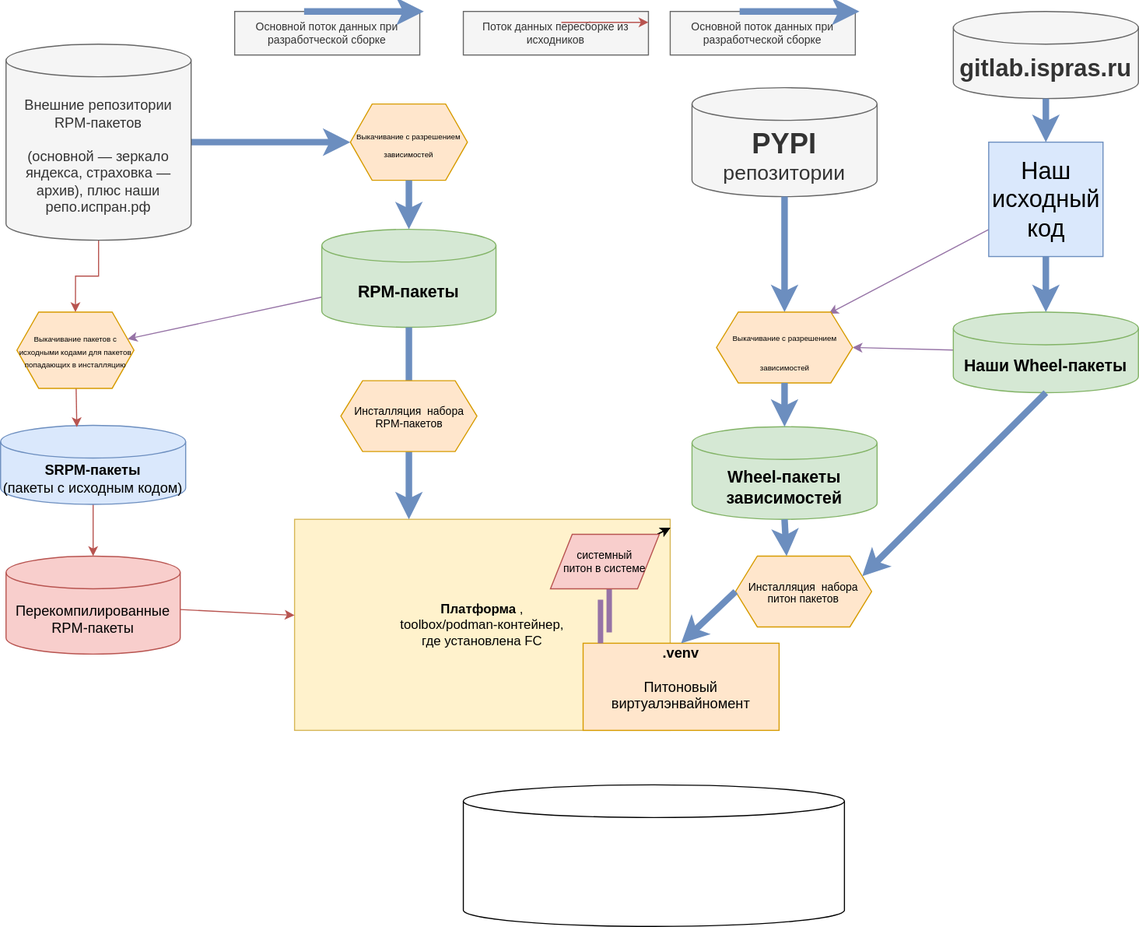
Before: docs/ta-concept.drawio.svg, a diagram exported from draw.io (belonesox/terrarium_assembler). Source tidied: cells renumbered, new cells last; positions are measured from the earlier drawing's top-left corner, leaving out a move shared by most shapes.
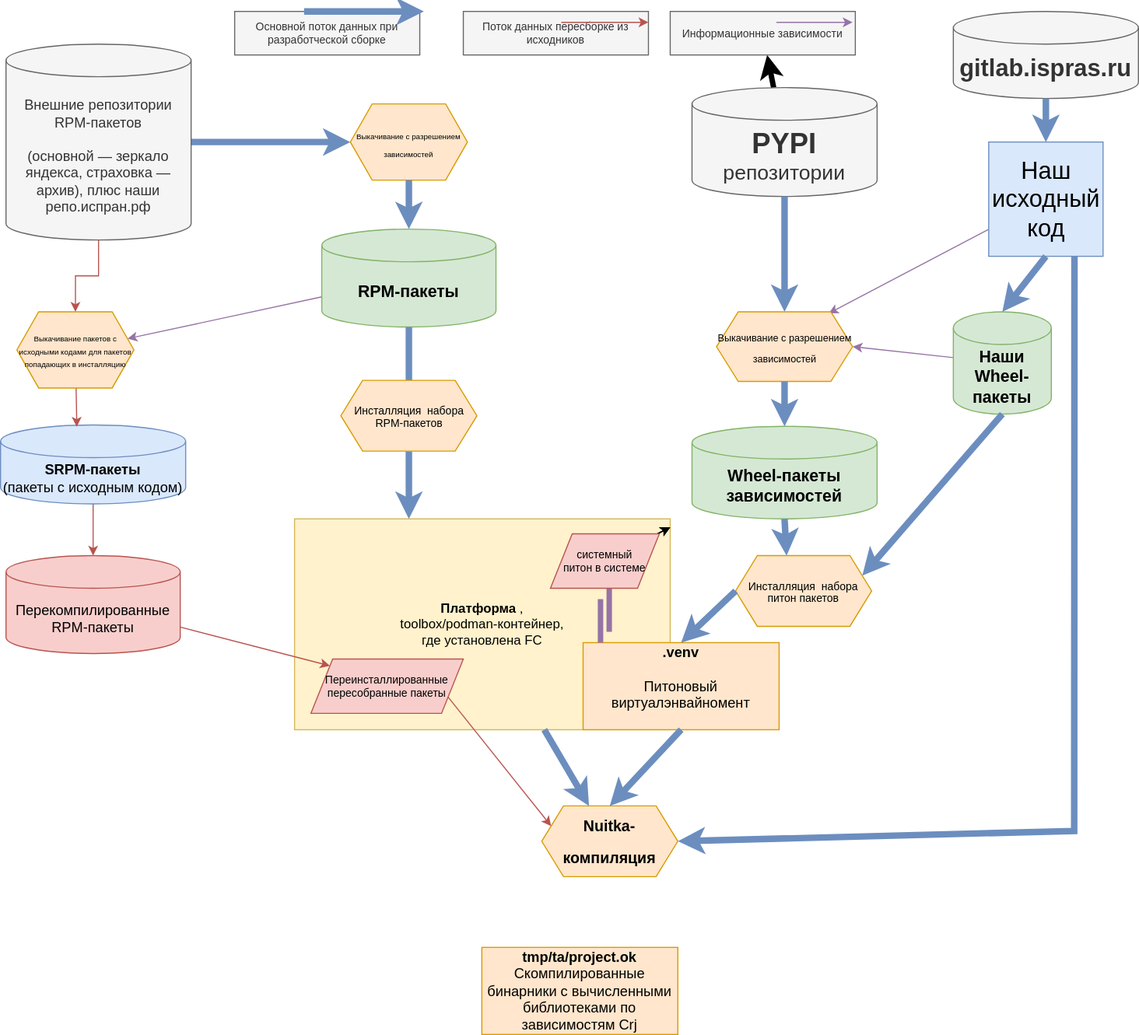
Above is the later version.

Diff of the diagram source:
```diff
@@ -22,15 +22,12 @@
     <mxCell id="6" value="&lt;h3&gt;&lt;font color=&quot;#000000&quot;&gt;RPM-пакеты&lt;/font&gt;&lt;/h3&gt;" style="shape=cylinder3;whiteSpace=wrap;html=1;boundedLbl=1;backgroundOutline=1;size=15;fontSize=13;fillColor=#d5e8d4;strokeColor=#82b366;" parent="1" vertex="1">
       <mxGeometry x="295" y="200" width="160" height="90" as="geometry" />
     </mxCell>
-    <mxCell id="7" style="edgeStyle=none;html=1;fontSize=22;fontColor=#000000;fillColor=#f8cecc;strokeColor=#b85450;" parent="1" edge="1" source="8" target="2">
+    <mxCell id="7" style="edgeStyle=none;html=1;fontSize=22;fontColor=#000000;fillColor=#f8cecc;strokeColor=#b85450;entryX=0;entryY=0;entryDx=0;entryDy=0;" parent="1" edge="1" source="8" target="57">
       <mxGeometry relative="1" as="geometry" />
     </mxCell>
     <mxCell id="8" value="&lt;span style=&quot;&quot;&gt;&lt;font color=&quot;#000000&quot;&gt;Перекомпилированные RPM-пакеты&lt;/font&gt;&lt;/span&gt;" style="shape=cylinder3;whiteSpace=wrap;html=1;boundedLbl=1;backgroundOutline=1;size=15;fontSize=13;fillColor=#f8cecc;strokeColor=#b85450;" parent="1" vertex="1">
       <mxGeometry x="5" y="500" width="160" height="90" as="geometry" />
     </mxCell>
-    <mxCell id="9" style="shape=cylinder3;whiteSpace=wrap;html=1;boundedLbl=1;backgroundOutline=1;size=15;fontSize=13;" parent="1" vertex="1">
-      <mxGeometry x="425" y="710" width="350" height="130" as="geometry" />
-    </mxCell>
     <mxCell id="10" style="edgeStyle=orthogonalEdgeStyle;rounded=0;jettySize=auto;html=1;fontSize=13;strokeWidth=6;entryX=0;entryY=0.5;entryDx=0;entryDy=0;fillColor=#dae8fc;strokeColor=#6c8ebf;" parent="1" edge="1" source="12" target="28">
       <mxGeometry relative="1" as="geometry" />
     </mxCell>
@@ -46,6 +43,9 @@
     <mxCell id="14" value="&lt;font color=&quot;#000000&quot;&gt;&lt;b&gt;SRPM-пакеты&lt;/b&gt;&lt;br&gt;(пакеты с исходным кодом)&amp;nbsp;&lt;/font&gt;" style="shape=cylinder3;whiteSpace=wrap;html=1;boundedLbl=1;backgroundOutline=1;size=15;fontSize=13;fillColor=#dae8fc;strokeColor=#6c8ebf;" parent="1" vertex="1">
       <mxGeometry y="380" width="170" height="72.5" as="geometry" />
     </mxCell>
+    <mxCell id="50" style="edgeStyle=none;html=1;dashed=1;dashPattern=8 8;strokeWidth=5;fontSize=10;fontColor=#000000;" parent="1" edge="1" source="15" target="48">
+      <mxGeometry relative="1" as="geometry" />
+    </mxCell>
     <mxCell id="15" value="&lt;font style=&quot;&quot;&gt;&lt;span style=&quot;font-weight: bold; font-size: 26px;&quot;&gt;PYPI&lt;/span&gt;&lt;br&gt;&lt;font style=&quot;font-size: 19px;&quot;&gt;репозитории&lt;/font&gt;&lt;br&gt;&lt;/font&gt;" style="shape=cylinder3;whiteSpace=wrap;html=1;boundedLbl=1;backgroundOutline=1;size=15;fontSize=13;fillColor=#f5f5f5;fontColor=#333333;strokeColor=#666666;" parent="1" vertex="1">
       <mxGeometry x="635" y="70" width="170" height="100" as="geometry" />
     </mxCell>
@@ -71,13 +71,13 @@
       <mxGeometry relative="1" as="geometry" />
     </mxCell>
     <mxCell id="23" value="&lt;h3&gt;&lt;font color=&quot;#000000&quot;&gt;Наши Wheel-пакеты&lt;br&gt;&lt;/font&gt;&lt;/h3&gt;" style="shape=cylinder3;whiteSpace=wrap;html=1;boundedLbl=1;backgroundOutline=1;size=15;fontSize=13;fillColor=#d5e8d4;strokeColor=#82b366;" parent="1" vertex="1">
-      <mxGeometry x="875" y="276" width="170" height="74" as="geometry" />
+      <mxGeometry x="875" y="276" width="90" height="94" as="geometry" />
     </mxCell>
     <mxCell id="24" style="rounded=0;jettySize=auto;html=1;fontSize=13;strokeWidth=6;entryX=0.5;entryY=0;entryDx=0;entryDy=0;entryPerimeter=0;exitX=0.5;exitY=1;exitDx=0;exitDy=0;fillColor=#dae8fc;strokeColor=#6c8ebf;" parent="1" edge="1" source="18" target="23">
       <mxGeometry relative="1" as="geometry" />
     </mxCell>
-    <mxCell id="25" value="&lt;font style=&quot;font-size: 7px;&quot; color=&quot;#000000&quot;&gt;Выкачивание с разрешением зависимостей&lt;/font&gt;" style="shape=hexagon;perimeter=hexagonPerimeter2;whiteSpace=wrap;html=1;fixedSize=1;fontSize=22;fillColor=#ffe6cc;strokeColor=#d79b00;" parent="1" vertex="1">
-      <mxGeometry x="657.5" y="276" width="125" height="65" as="geometry" />
+    <mxCell id="25" value="&lt;p style=&quot;line-height: 60%;&quot;&gt;&lt;font style=&quot;font-size: 9px;&quot; color=&quot;#000000&quot;&gt;Выкачивание с разрешением зависимостей&lt;/font&gt;&lt;/p&gt;" style="shape=hexagon;perimeter=hexagonPerimeter2;whiteSpace=wrap;html=1;fixedSize=1;fontSize=22;fillColor=#ffe6cc;strokeColor=#d79b00;" parent="1" vertex="1">
+      <mxGeometry x="657.5" y="276" width="125" height="64" as="geometry" />
     </mxCell>
     <mxCell id="26" style="edgeStyle=none;html=1;entryX=0.412;entryY=0.023;entryDx=0;entryDy=0;entryPerimeter=0;fontSize=7;fontColor=#000000;fillColor=#f8cecc;strokeColor=#b85450;" parent="1" edge="1" source="27" target="14">
       <mxGeometry relative="1" as="geometry" />
@@ -155,18 +155,39 @@
         <mxPoint x="170" y="10" as="targetPoint" />
       </mxGeometry>
     </mxCell>
-    <mxCell id="48" value="Основной поток данных при разработческой сборке" style="rounded=0;whiteSpace=wrap;html=1;fontSize=10;fontColor=#333333;fillColor=#f5f5f5;strokeColor=#666666;" parent="1" vertex="1">
+    <mxCell id="48" value="Информационные зависимости" style="rounded=0;whiteSpace=wrap;html=1;fontSize=10;fontColor=#333333;fillColor=#f5f5f5;strokeColor=#666666;" parent="1" vertex="1">
       <mxGeometry x="615" width="170" height="40" as="geometry" />
     </mxCell>
-    <mxCell id="49" style="edgeStyle=orthogonalEdgeStyle;rounded=0;orthogonalLoop=1;jettySize=auto;html=1;fontSize=13;strokeWidth=6;entryX=0;entryY=0.5;entryDx=0;entryDy=0;fillColor=#dae8fc;strokeColor=#6c8ebf;" parent="1" edge="1">
-      <mxGeometry relative="1" as="geometry">
-        <mxPoint x="678.8" as="sourcePoint" />
-        <mxPoint x="788.8" as="targetPoint" />
-        <Array as="points">
-          <mxPoint x="718.8" y="0.5" />
-          <mxPoint x="718.8" y="0.5" />
-        </Array>
-      </mxGeometry>
-    </mxCell>
+    <mxCell id="51" style="edgeStyle=none;html=1;fontSize=7;fontColor=#000000;fillColor=#e1d5e7;strokeColor=#9673a6;" parent="1" edge="1">
+      <mxGeometry relative="1" as="geometry">
+        <mxPoint x="712.5" y="10" as="sourcePoint" />
+        <mxPoint x="782.5" y="10" as="targetPoint" />
+      </mxGeometry>
+    </mxCell>
+    <mxCell id="52" value="&lt;p style=&quot;line-height: 110%;&quot;&gt;&lt;font size=&quot;1&quot; style=&quot;&quot; color=&quot;#000000&quot;&gt;&lt;b style=&quot;font-size: 14px;&quot;&gt;Nuitka-компиляция&lt;/b&gt;&lt;/font&gt;&lt;/p&gt;" style="shape=hexagon;perimeter=hexagonPerimeter2;whiteSpace=wrap;html=1;fixedSize=1;fontSize=22;fillColor=#ffe6cc;strokeColor=#d79b00;" parent="1" vertex="1">
+      <mxGeometry x="497" y="730" width="125" height="65" as="geometry" />
+    </mxCell>
+    <mxCell id="53" style="rounded=0;jettySize=auto;html=1;fontSize=13;strokeWidth=6;exitX=0.75;exitY=1;exitDx=0;exitDy=0;fillColor=#dae8fc;strokeColor=#6c8ebf;entryX=1;entryY=0.5;entryDx=0;entryDy=0;" parent="1" edge="1" source="18" target="52">
+      <mxGeometry relative="1" as="geometry">
+        <Array as="points">
+          <mxPoint x="986" y="753" />
+        </Array>
+      </mxGeometry>
+    </mxCell>
+    <mxCell id="54" style="rounded=0;jettySize=auto;html=1;fontSize=13;strokeWidth=6;entryX=0.5;entryY=0;entryDx=0;entryDy=0;exitX=0.5;exitY=1;exitDx=0;exitDy=0;fillColor=#dae8fc;strokeColor=#6c8ebf;" parent="1" edge="1" source="3" target="52">
+      <mxGeometry relative="1" as="geometry" />
+    </mxCell>
+    <mxCell id="55" value="&lt;span style=&quot;font-size: 13px;&quot;&gt;&lt;font style=&quot;font-size: 13px;&quot;&gt;&lt;font color=&quot;#000000&quot;&gt;&lt;b&gt;tmp/ta/project.ok&lt;/b&gt;&lt;br&gt;Скомпилированные бинарники с вычисленными библиотеками по зависимостям&lt;/font&gt;Crj&lt;br&gt;&lt;/font&gt;&lt;/span&gt;" style="rounded=0;whiteSpace=wrap;html=1;fillColor=#ffe6cc;strokeColor=#d79b00;" parent="1" vertex="1">
+      <mxGeometry x="442" y="860" width="180" height="80" as="geometry" />
+    </mxCell>
+    <mxCell id="56" style="rounded=0;jettySize=auto;html=1;fontSize=13;strokeWidth=6;fillColor=#dae8fc;strokeColor=#6c8ebf;" parent="1" edge="1" source="2" target="52">
+      <mxGeometry relative="1" as="geometry" />
+    </mxCell>
+    <mxCell id="57" value="&lt;font color=&quot;#000000&quot;&gt;Переинсталлированные&amp;nbsp;&lt;br&gt;пересобранные пакеты&lt;/font&gt;" style="shape=parallelogram;perimeter=parallelogramPerimeter;whiteSpace=wrap;html=1;fixedSize=1;fontSize=10;fillColor=#f8cecc;strokeColor=#b85450;" parent="1" vertex="1">
+      <mxGeometry x="285" y="595" width="140" height="50" as="geometry" />
+    </mxCell>
+    <mxCell id="58" style="edgeStyle=none;html=1;fontSize=22;fontColor=#000000;fillColor=#f8cecc;strokeColor=#b85450;entryX=0;entryY=0.25;entryDx=0;entryDy=0;exitX=1;exitY=0.75;exitDx=0;exitDy=0;" parent="1" edge="1" source="57" target="52">
+      <mxGeometry relative="1" as="geometry" />
+    </mxCell>
   </root>
 </mxGraphModel>
```
